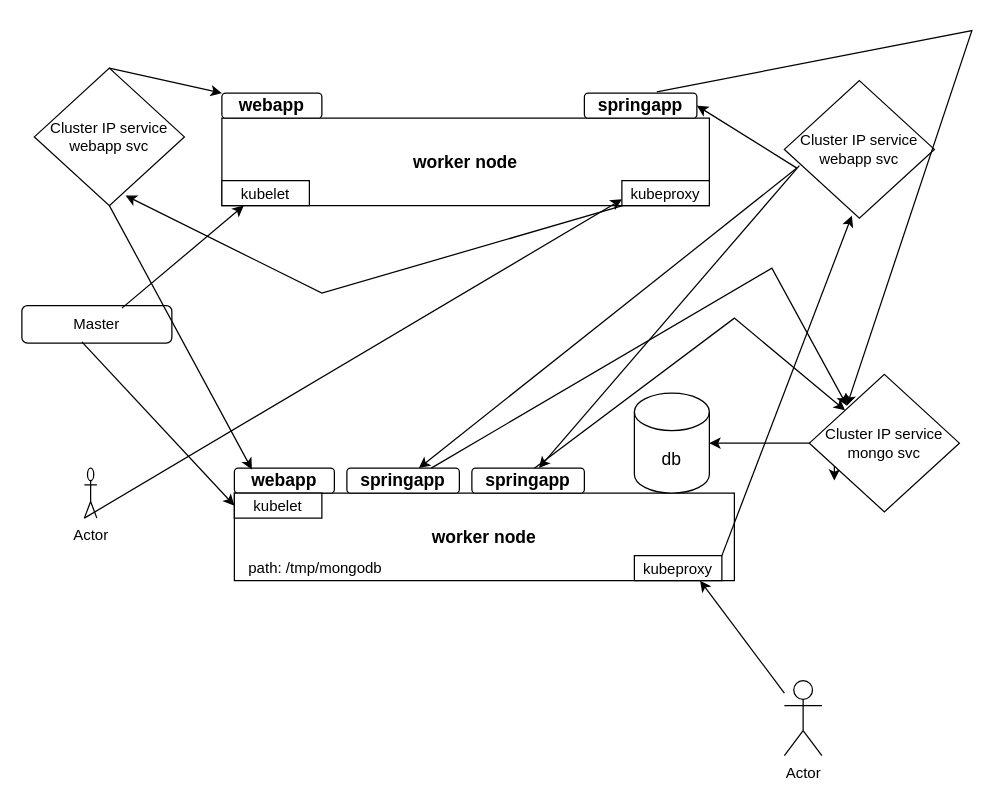
This is Untitled Diagram.drawio from Ufuotech/fintechrepo1, a draw.io file, before an edit. Source tidied: cells renumbered, new cells numbered last; positions are measured from the earlier drawing's top-left corner, leaving out a move shared by most shapes. Both pictures are drawn from the tidied source at 125%, with x=0, y=0 at pixel (21, 30).
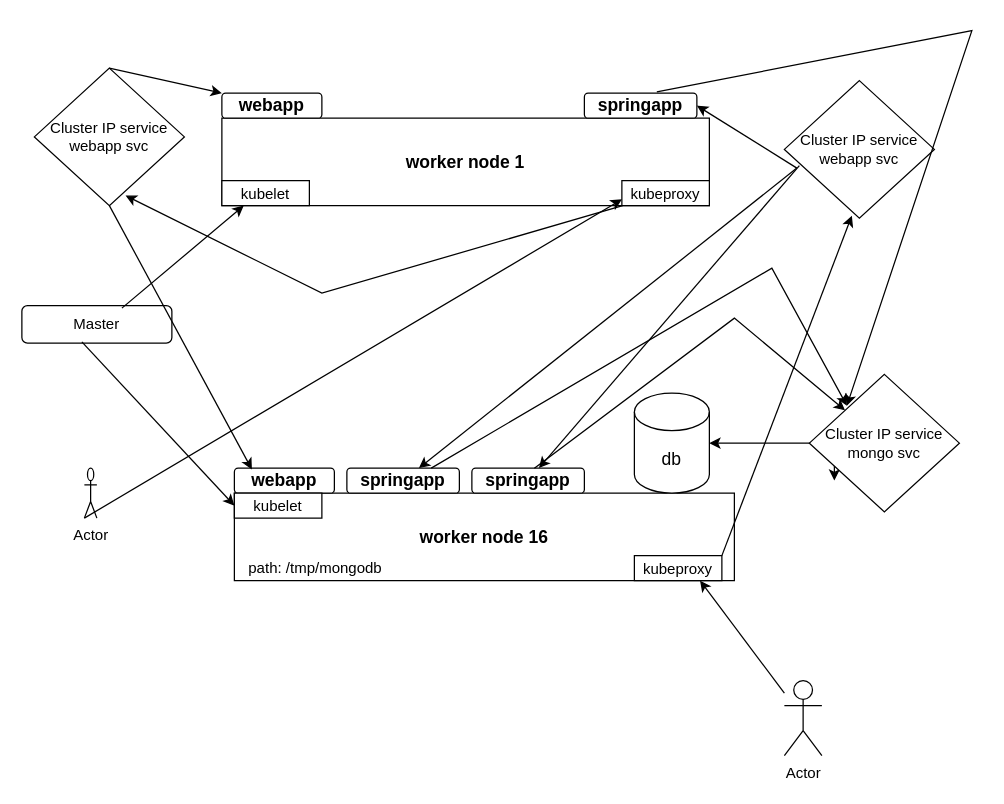
Above is the later version.

The edit, as a diff of the source:
```diff
@@
-    <mxCell id="2" value="&lt;font style=&quot;font-size: 14px;&quot;&gt;&lt;b&gt;worker node&lt;/b&gt;&lt;/font&gt;" style="rounded=1;whiteSpace=wrap;html=1;arcSize=0;" parent="1" vertex="1">
+    <mxCell id="2" value="&lt;font style=&quot;font-size: 14px;&quot;&gt;&lt;b&gt;worker node 1&lt;/b&gt;&lt;/font&gt;" style="rounded=1;whiteSpace=wrap;html=1;arcSize=0;" parent="1" vertex="1">
       <mxGeometry x="160" y="70" width="390" height="70" as="geometry" />
     </mxCell>
-    <mxCell id="3" value="&lt;b&gt;&lt;font style=&quot;font-size: 14px;&quot;&gt;worker node&lt;/font&gt;&lt;/b&gt;" style="rounded=1;whiteSpace=wrap;html=1;arcSize=0;" parent="1" vertex="1">
+    <mxCell id="3" value="&lt;b&gt;&lt;font style=&quot;font-size: 14px;&quot;&gt;worker node 16&lt;/font&gt;&lt;/b&gt;" style="rounded=1;whiteSpace=wrap;html=1;arcSize=0;" parent="1" vertex="1">
       <mxGeometry x="170" y="370" width="400" height="70" as="geometry" />
     </mxCell>
```
